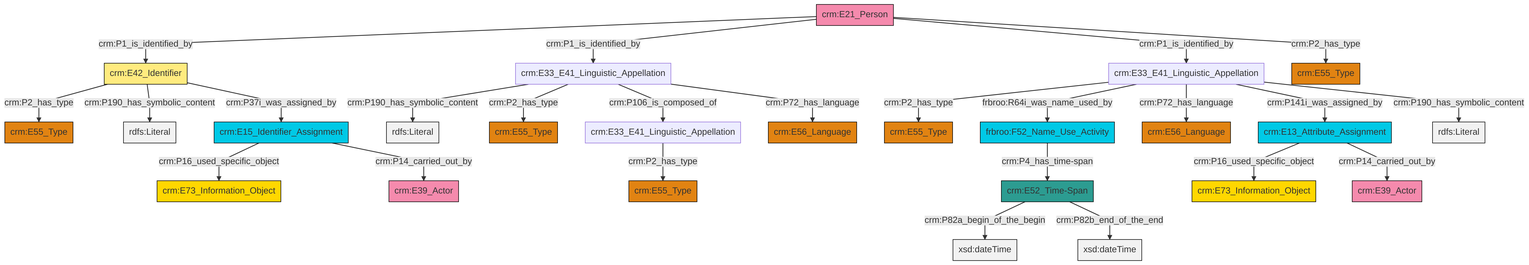
The Mermaid diagram et/personCSV/ttl/mmd/png/Person_Names_and_Classification.png in swiss-art-research-net/docs.swissartresearch, before a commit. Its source is kept beside it as et/personCSV/ttl/mmd/Person_Names_and_Classification.ttl.mmd.
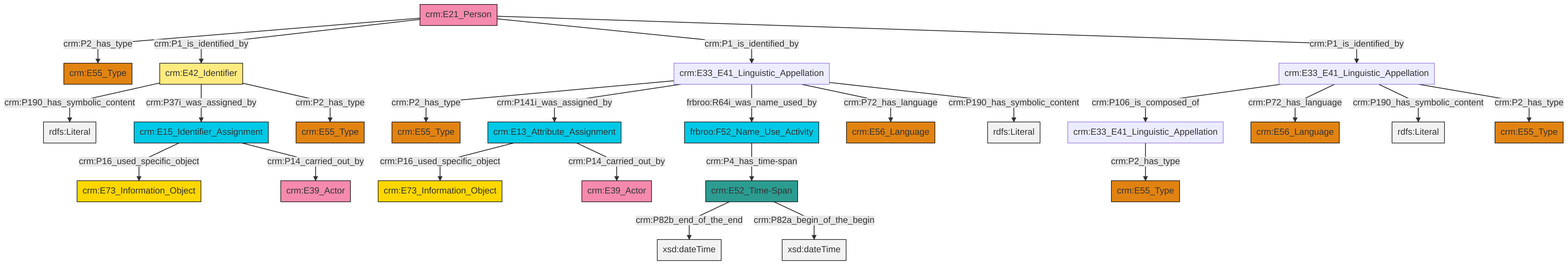
Above is the later version.

Change to the diagram source:
```diff
@@ -13,27 +13,27 @@
 classDef PC_Classes fill:#4ce600, stroke:#000000;
 classDef Multi fill:#cccccc,stroke:#000000;
 
-4["crm:E33_E41_Linguistic_Appellation"]:::Default -->|crm:P2_has_type| 8["crm:E55_Type"]:::Type
-9["crm:E21_Person"]:::Actor -->|crm:P1_is_identified_by| 10["crm:E42_Identifier"]:::Appellation
-11["crm:E13_Attribute_Assignment"]:::Temporal_Entity -->|crm:P16_used_specific_object| 2["crm:E73_Information_Object"]:::Conceptual_Object
-4["crm:E33_E41_Linguistic_Appellation"]:::Default -->|frbroo:R64i_was_name_used_by| 13["frbroo:F52_Name_Use_Activity"]:::Temporal_Entity
-17["crm:E15_Identifier_Assignment"]:::Temporal_Entity -->|crm:P16_used_specific_object| 18["crm:E73_Information_Object"]:::Conceptual_Object
-17["crm:E15_Identifier_Assignment"]:::Temporal_Entity -->|crm:P14_carried_out_by| 20["crm:E39_Actor"]:::Actor
-24["crm:E33_E41_Linguistic_Appellation"]:::Default -->|crm:P190_has_symbolic_content| 25[rdfs:Literal]:::Literal
-9["crm:E21_Person"]:::Actor -->|crm:P1_is_identified_by| 24["crm:E33_E41_Linguistic_Appellation"]:::Default
-10["crm:E42_Identifier"]:::Appellation -->|crm:P2_has_type| 26["crm:E55_Type"]:::Type
-24["crm:E33_E41_Linguistic_Appellation"]:::Default -->|crm:P2_has_type| 27["crm:E55_Type"]:::Type
-6["crm:E52_Time-Span"]:::Time-Span -->|crm:P82a_begin_of_the_begin| 28[xsd:dateTime]:::Literal
-9["crm:E21_Person"]:::Actor -->|crm:P1_is_identified_by| 4["crm:E33_E41_Linguistic_Appellation"]:::Default
-13["frbroo:F52_Name_Use_Activity"]:::Temporal_Entity -->|crm:P4_has_time-span| 6["crm:E52_Time-Span"]:::Time-Span
-6["crm:E52_Time-Span"]:::Time-Span -->|crm:P82b_end_of_the_end| 30[xsd:dateTime]:::Literal
-10["crm:E42_Identifier"]:::Appellation -->|crm:P190_has_symbolic_content| 34[rdfs:Literal]:::Literal
-24["crm:E33_E41_Linguistic_Appellation"]:::Default -->|crm:P106_is_composed_of| 14["crm:E33_E41_Linguistic_Appellation"]:::Default
-4["crm:E33_E41_Linguistic_Appellation"]:::Default -->|crm:P72_has_language| 35["crm:E56_Language"]:::Type
-14["crm:E33_E41_Linguistic_Appellation"]:::Default -->|crm:P2_has_type| 36["crm:E55_Type"]:::Type
-11["crm:E13_Attribute_Assignment"]:::Temporal_Entity -->|crm:P14_carried_out_by| 37["crm:E39_Actor"]:::Actor
-4["crm:E33_E41_Linguistic_Appellation"]:::Default -->|crm:P141i_was_assigned_by| 11["crm:E13_Attribute_Assignment"]:::Temporal_Entity
-10["crm:E42_Identifier"]:::Appellation -->|crm:P37i_was_assigned_by| 17["crm:E15_Identifier_Assignment"]:::Temporal_Entity
-4["crm:E33_E41_Linguistic_Appellation"]:::Default -->|crm:P190_has_symbolic_content| 44[rdfs:Literal]:::Literal
-9["crm:E21_Person"]:::Actor -->|crm:P2_has_type| 0["crm:E55_Type"]:::Type
-24["crm:E33_E41_Linguistic_Appellation"]:::Default -->|crm:P72_has_language| 21["crm:E56_Language"]:::Type
+2["crm:E42_Identifier"]:::Appellation -->|crm:P190_has_symbolic_content| 3[rdfs:Literal]:::Literal
+6["crm:E13_Attribute_Assignment"]:::Temporal_Entity -->|crm:P16_used_specific_object| 0["crm:E73_Information_Object"]:::Conceptual_Object
+7["crm:E21_Person"]:::Actor -->|crm:P2_has_type| 8["crm:E55_Type"]:::Type
+12["crm:E33_E41_Linguistic_Appellation"]:::Default -->|crm:P2_has_type| 13["crm:E55_Type"]:::Type
+2["crm:E42_Identifier"]:::Appellation -->|crm:P37i_was_assigned_by| 16["crm:E15_Identifier_Assignment"]:::Temporal_Entity
+17["crm:E33_E41_Linguistic_Appellation"]:::Default -->|crm:P2_has_type| 18["crm:E55_Type"]:::Type
+19["crm:E33_E41_Linguistic_Appellation"]:::Default -->|crm:P106_is_composed_of| 12["crm:E33_E41_Linguistic_Appellation"]:::Default
+7["crm:E21_Person"]:::Actor -->|crm:P1_is_identified_by| 2["crm:E42_Identifier"]:::Appellation
+17["crm:E33_E41_Linguistic_Appellation"]:::Default -->|crm:P141i_was_assigned_by| 6["crm:E13_Attribute_Assignment"]:::Temporal_Entity
+17["crm:E33_E41_Linguistic_Appellation"]:::Default -->|frbroo:R64i_was_name_used_by| 4["frbroo:F52_Name_Use_Activity"]:::Temporal_Entity
+19["crm:E33_E41_Linguistic_Appellation"]:::Default -->|crm:P72_has_language| 9["crm:E56_Language"]:::Type
+2["crm:E42_Identifier"]:::Appellation -->|crm:P2_has_type| 23["crm:E55_Type"]:::Type
+4["frbroo:F52_Name_Use_Activity"]:::Temporal_Entity -->|crm:P4_has_time-span| 27["crm:E52_Time-Span"]:::Time-Span
+16["crm:E15_Identifier_Assignment"]:::Temporal_Entity -->|crm:P16_used_specific_object| 28["crm:E73_Information_Object"]:::Conceptual_Object
+7["crm:E21_Person"]:::Actor -->|crm:P1_is_identified_by| 17["crm:E33_E41_Linguistic_Appellation"]:::Default
+17["crm:E33_E41_Linguistic_Appellation"]:::Default -->|crm:P72_has_language| 14["crm:E56_Language"]:::Type
+19["crm:E33_E41_Linguistic_Appellation"]:::Default -->|crm:P190_has_symbolic_content| 35[rdfs:Literal]:::Literal
+16["crm:E15_Identifier_Assignment"]:::Temporal_Entity -->|crm:P14_carried_out_by| 30["crm:E39_Actor"]:::Actor
+27["crm:E52_Time-Span"]:::Time-Span -->|crm:P82b_end_of_the_end| 40[xsd:dateTime]:::Literal
+19["crm:E33_E41_Linguistic_Appellation"]:::Default -->|crm:P2_has_type| 24["crm:E55_Type"]:::Type
+27["crm:E52_Time-Span"]:::Time-Span -->|crm:P82a_begin_of_the_begin| 42[xsd:dateTime]:::Literal
+6["crm:E13_Attribute_Assignment"]:::Temporal_Entity -->|crm:P14_carried_out_by| 38["crm:E39_Actor"]:::Actor
+17["crm:E33_E41_Linguistic_Appellation"]:::Default -->|crm:P190_has_symbolic_content| 45[rdfs:Literal]:::Literal
+7["crm:E21_Person"]:::Actor -->|crm:P1_is_identified_by| 19["crm:E33_E41_Linguistic_Appellation"]:::Default
```
